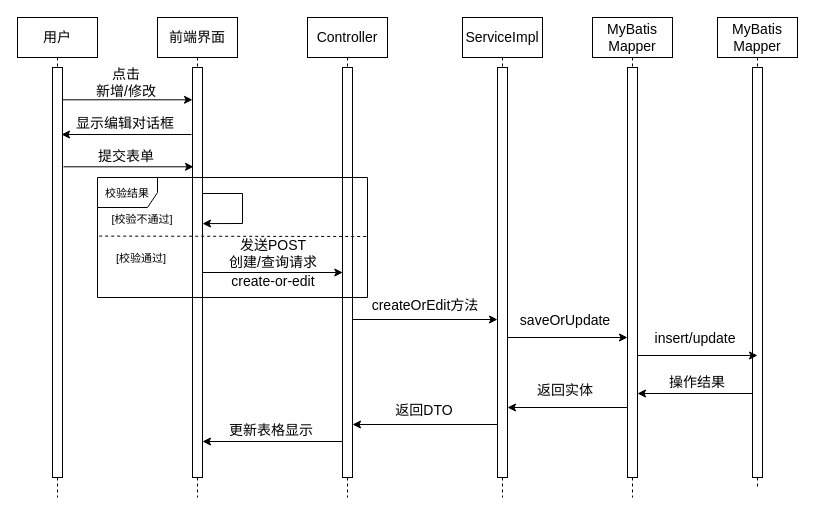
This is 增删时序图.drawio from mochaDMQ/myPicture, a draw.io file, before an edit. Source tidied: cells renumbered, new cells numbered last; positions are measured from the earlier drawing's top-left corner, leaving out a move shared by most shapes. Both pictures are drawn from the tidied source at 100%, with x=0, y=0 at pixel (17, 17).
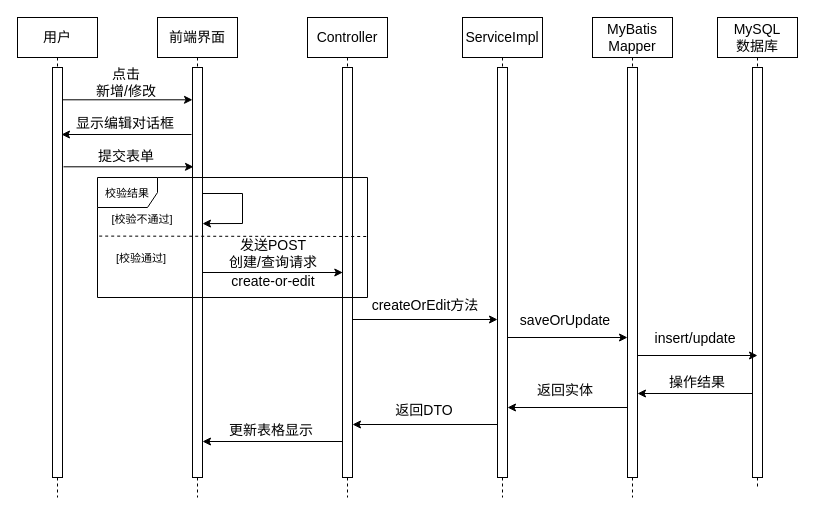
Above is the later version.

Commit message:
更新增删时序图.drawio

Diff of the diagram source:
```diff
@@
-    <mxCell id="34" value="MyBatis Mapper" style="shape=umlLifeline;perimeter=lifelinePerimeter;whiteSpace=wrap;html=1;newEdgeStyle={&quot;curved&quot;:0,&quot;rounded&quot;:0};fontFamily=宋体;fontSize=14;" parent="1" vertex="1">
+    <mxCell id="34" value="MySQL&lt;div&gt;数据库&lt;/div&gt;" style="shape=umlLifeline;perimeter=lifelinePerimeter;whiteSpace=wrap;html=1;newEdgeStyle={&quot;curved&quot;:0,&quot;rounded&quot;:0};fontFamily=宋体;fontSize=14;" parent="1" vertex="1">
       <mxGeometry x="700" width="80" height="470" as="geometry" />
     </mxCell>
```
